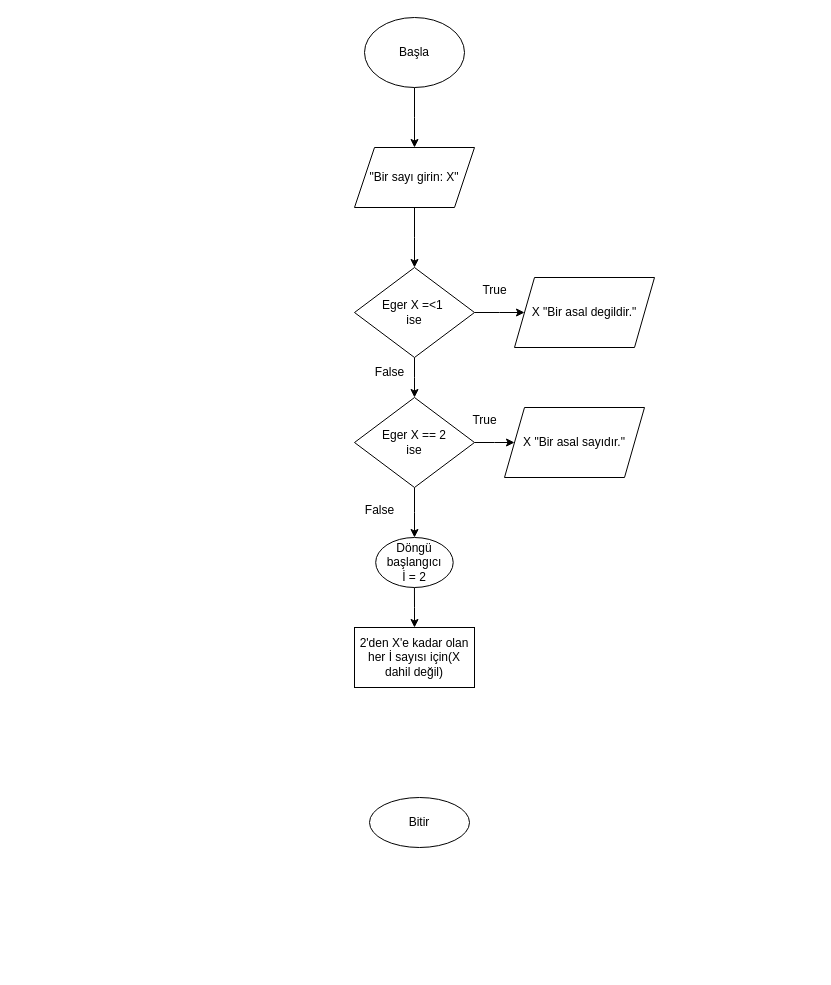
Earlier version of the draw.io diagram primenumber.drawio (susukin0/algorithms101). Source tidied: cells renumbered, new cells numbered last; positions are measured from the earlier drawing's top-left corner, leaving out a move shared by most shapes. Both pictures are drawn from the tidied source at 100%, with x=0, y=0 at pixel (354, 17).
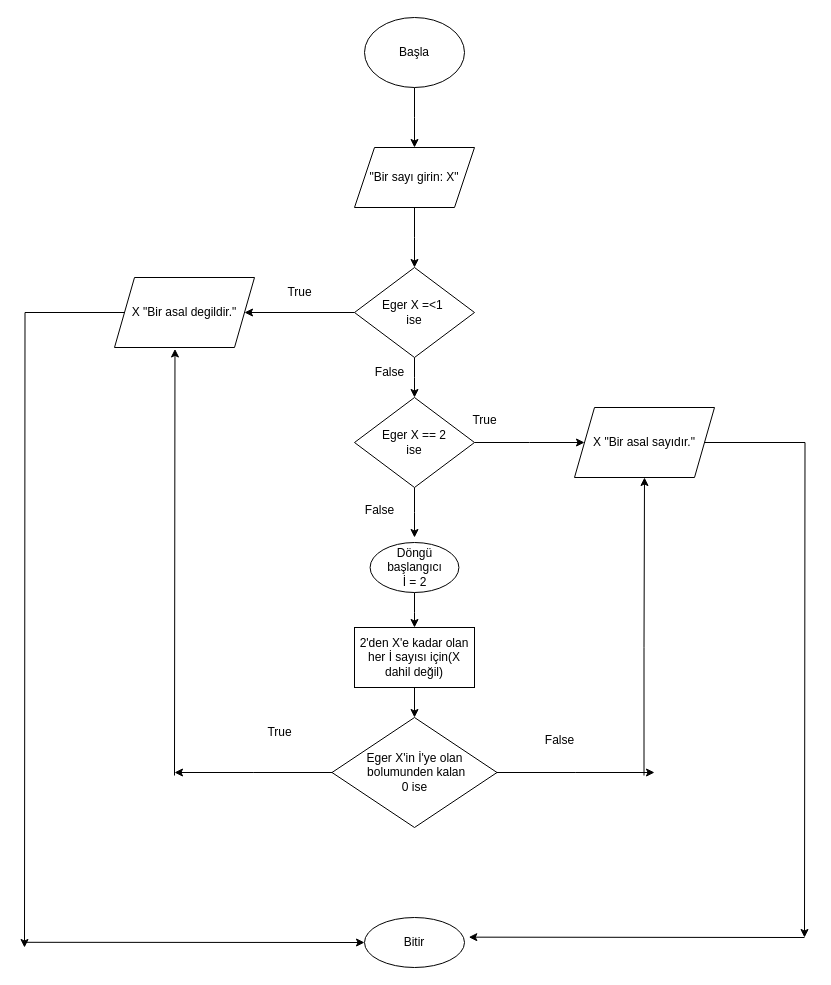
Above is the later version.

The change refers to these unchanged cells:
```xml
<mxCell id="8" value="&lt;div&gt;Eger X =&amp;lt;1&amp;nbsp;&lt;/div&gt;&lt;div&gt;ise&lt;/div&gt;" style="rhombus;whiteSpace=wrap;html=1;" parent="1" vertex="1">
  <mxGeometry y="250" width="120" height="90" as="geometry" />
</mxCell>
<mxCell id="15" value="&lt;div&gt;Eger X == 2 &lt;br&gt;&lt;/div&gt;&lt;div&gt;ise&lt;/div&gt;" style="rhombus;whiteSpace=wrap;html=1;" parent="1" vertex="1">
  <mxGeometry y="380" width="120" height="90" as="geometry" />
</mxCell>
<mxCell id="21" value="2'den X'e kadar olan her İ sayısı için(X dahil değil)" style="rounded=0;whiteSpace=wrap;html=1;" parent="1" vertex="1">
  <mxGeometry y="610" width="120" height="60" as="geometry" />
</mxCell>
```

Diff of the diagram source:
```diff
@@
-    <mxCell id="6" style="edgeStyle=orthogonalEdgeStyle;rounded=0;jettySize=auto;html=1;" parent="1" edge="1" source="8">
-      <mxGeometry relative="1" as="geometry">
-        <mxPoint x="170" y="295" as="targetPoint" />
-      </mxGeometry>
-    </mxCell>
@@
+    <mxCell id="22" style="edgeStyle=orthogonalEdgeStyle;rounded=0;jettySize=auto;html=1;" parent="1" edge="1" source="8">
+      <mxGeometry relative="1" as="geometry">
+        <mxPoint x="-110" y="295" as="targetPoint" />
+      </mxGeometry>
+    </mxCell>
@@
-    <mxCell id="9" value="True" style="text;html=1;align=center;verticalAlign=middle;strokeColor=none;fillColor=none;" parent="1" vertex="1">
-      <mxGeometry x="115" y="258" width="50" height="30" as="geometry" />
-    </mxCell>
+    <mxCell id="23" style="edgeStyle=orthogonalEdgeStyle;rounded=0;jettySize=auto;html=1;" parent="1" edge="1" source="10">
+      <mxGeometry relative="1" as="geometry">
+        <mxPoint x="-330" y="930" as="targetPoint" />
+      </mxGeometry>
+    </mxCell>
     <mxCell id="10" value="X &quot;Bir asal degildir.&quot;" style="shape=parallelogram;perimeter=parallelogramPerimeter;whiteSpace=wrap;html=1;fixedSize=1;" parent="1" vertex="1">
-      <mxGeometry x="160" y="260" width="140" height="70" as="geometry" />
+      <mxGeometry x="-240" y="260" width="140" height="70" as="geometry" />
     </mxCell>
     <mxCell id="11" value="Bitir" style="ellipse;whiteSpace=wrap;html=1;" parent="1" vertex="1">
-      <mxGeometry x="15" y="780" width="100" height="50" as="geometry" />
+      <mxGeometry x="10" y="900" width="100" height="50" as="geometry" />
     </mxCell>
@@
     <mxCell id="14" style="edgeStyle=orthogonalEdgeStyle;rounded=0;jettySize=auto;html=1;" parent="1" edge="1" source="15">
       <mxGeometry relative="1" as="geometry">
-        <mxPoint x="160" y="425" as="targetPoint" />
+        <mxPoint x="230" y="425" as="targetPoint" />
       </mxGeometry>
     </mxCell>
@@
+    <mxCell id="24" style="edgeStyle=orthogonalEdgeStyle;rounded=0;jettySize=auto;html=1;" parent="1" edge="1" source="16">
+      <mxGeometry relative="1" as="geometry">
+        <mxPoint x="450" y="920" as="targetPoint" />
+      </mxGeometry>
+    </mxCell>
     <mxCell id="16" value="X &quot;Bir asal sayıdır.&quot;" style="shape=parallelogram;perimeter=parallelogramPerimeter;whiteSpace=wrap;html=1;fixedSize=1;" parent="1" vertex="1">
-      <mxGeometry x="150" y="390" width="140" height="70" as="geometry" />
+      <mxGeometry x="220" y="390" width="140" height="70" as="geometry" />
     </mxCell>
@@
     <mxCell id="20" value="&lt;div&gt;Döngü başlangıcı&lt;br&gt;&lt;/div&gt;&lt;div&gt;İ = 2&lt;/div&gt;" style="ellipse;whiteSpace=wrap;html=1;" parent="1" vertex="1">
-      <mxGeometry x="21.2" y="520" width="77.5" height="50" as="geometry" />
+      <mxGeometry x="15.6" y="525" width="88.8" height="50" as="geometry" />
     </mxCell>
+    <mxCell id="25" style="edgeStyle=orthogonalEdgeStyle;rounded=0;jettySize=auto;html=1;entryX=0.5;entryY=0;entryDx=0;entryDy=0;" parent="1" edge="1" source="21" target="28">
+      <mxGeometry relative="1" as="geometry" />
+    </mxCell>
@@
+    <mxCell id="26" style="edgeStyle=orthogonalEdgeStyle;rounded=0;jettySize=auto;html=1;" parent="1" edge="1" source="28">
+      <mxGeometry relative="1" as="geometry">
+        <mxPoint x="-180" y="755" as="targetPoint" />
+      </mxGeometry>
+    </mxCell>
+    <mxCell id="27" style="edgeStyle=orthogonalEdgeStyle;rounded=0;jettySize=auto;html=1;" parent="1" edge="1" source="28">
+      <mxGeometry relative="1" as="geometry">
+        <mxPoint x="300" y="755" as="targetPoint" />
+      </mxGeometry>
+    </mxCell>
+    <mxCell id="28" value="&lt;div&gt;Eger X'in İ'ye olan&lt;/div&gt;&lt;div&gt;&amp;nbsp;bolumunden kalan&lt;/div&gt;&lt;div&gt;0 ise&lt;br&gt;&lt;/div&gt;" style="rhombus;whiteSpace=wrap;html=1;" parent="1" vertex="1">
+      <mxGeometry x="-22.5" y="700" width="165" height="110" as="geometry" />
+    </mxCell>
+    <mxCell id="29" value="True" style="text;html=1;align=center;verticalAlign=middle;strokeColor=none;fillColor=none;" parent="1" vertex="1">
+      <mxGeometry x="-80" y="260" width="50" height="30" as="geometry" />
+    </mxCell>
+    <mxCell id="30" style="endArrow=classic;html=1;rounded=0;entryX=1.043;entryY=0.393;entryDx=0;entryDy=0;entryPerimeter=0;" parent="1" edge="1" target="11">
+      <mxGeometry relative="1" as="geometry">
+        <mxPoint x="450" y="920" as="sourcePoint" />
+      </mxGeometry>
+    </mxCell>
+    <mxCell id="31" value="True" style="text;html=1;align=center;verticalAlign=middle;strokeColor=none;fillColor=none;" parent="1" vertex="1">
+      <mxGeometry x="-100" y="700" width="50" height="30" as="geometry" />
+    </mxCell>
+    <mxCell id="32" style="endArrow=classic;html=1;rounded=0;" parent="1" edge="1">
+      <mxGeometry relative="1" as="geometry">
+        <mxPoint x="-330" y="924.8" as="sourcePoint" />
+        <mxPoint x="10" y="925" as="targetPoint" />
+      </mxGeometry>
+    </mxCell>
+    <mxCell id="33" style="endArrow=classic;html=1;rounded=0;entryX=0.432;entryY=1.021;entryDx=0;entryDy=0;entryPerimeter=0;" parent="1" edge="1" target="10">
+      <mxGeometry relative="1" as="geometry">
+        <mxPoint x="-180" y="758" as="sourcePoint" />
+      </mxGeometry>
+    </mxCell>
+    <mxCell id="34" value="False" style="text;html=1;align=center;verticalAlign=middle;strokeColor=none;fillColor=none;" parent="1" vertex="1">
+      <mxGeometry x="180" y="708" width="50" height="30" as="geometry" />
+    </mxCell>
+    <mxCell id="35" style="edgeStyle=none;jettySize=auto;html=1;rounded=0;entryX=0.5;entryY=1;entryDx=0;entryDy=0;" parent="1" edge="1" target="16">
+      <mxGeometry relative="1" as="geometry">
+        <mxPoint x="289.5" y="758" as="sourcePoint" />
+        <Array as="points">
+          <mxPoint x="289.5" y="630" />
+        </Array>
+      </mxGeometry>
+    </mxCell>
```
